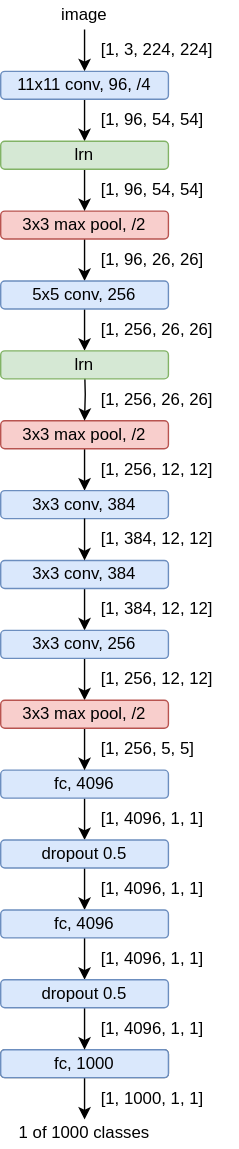
mnchapel/deep_learning_models keeps this draw.io diagram as assets/img/alexnet_detailed.svg. Above is the earlier version. Source tidied: cells renumbered, new cells last; positions are measured from the earlier drawing's top-left corner, leaving out a move shared by most shapes. Its diagram source:
```xml
<mxGraphModel>
  <root>
    <mxCell id="0" />
    <mxCell id="1" parent="0" />
    <mxCell id="2" style="edgeStyle=orthogonalEdgeStyle;rounded=0;jettySize=auto;html=1;" parent="1" edge="1" source="3" target="5">
      <mxGeometry relative="1" as="geometry" />
    </mxCell>
    <mxCell id="3" value="&lt;span style=&quot;background-color: initial;&quot;&gt;image&lt;/span&gt;" style="rounded=1;whiteSpace=wrap;html=1;fillColor=none;strokeColor=none;" parent="1" vertex="1">
      <mxGeometry width="120" height="20" as="geometry" />
    </mxCell>
    <mxCell id="4" style="edgeStyle=orthogonalEdgeStyle;rounded=0;jettySize=auto;html=1;" parent="1" edge="1" source="5" target="42">
      <mxGeometry relative="1" as="geometry" />
    </mxCell>
    <mxCell id="5" value="11x11 conv, 96, /4" style="rounded=1;whiteSpace=wrap;html=1;fillColor=#dae8fc;strokeColor=#6c8ebf;" parent="1" vertex="1">
      <mxGeometry y="50" width="120" height="20" as="geometry" />
    </mxCell>
    <mxCell id="6" value="[1, 3, 224, 224]" style="text;html=1;align=left;verticalAlign=middle;strokeColor=none;fillColor=none;" parent="1" vertex="1">
      <mxGeometry x="70" y="20" width="100" height="30" as="geometry" />
    </mxCell>
    <mxCell id="7" style="edgeStyle=orthogonalEdgeStyle;rounded=0;jettySize=auto;html=1;" parent="1" edge="1" source="8" target="11">
      <mxGeometry relative="1" as="geometry" />
    </mxCell>
    <mxCell id="8" value="3x3 max pool, /2" style="rounded=1;whiteSpace=wrap;html=1;fillColor=#f8cecc;strokeColor=#b85450;" parent="1" vertex="1">
      <mxGeometry y="150" width="120" height="20" as="geometry" />
    </mxCell>
    <mxCell id="9" value="[1, 96, 54, 54]" style="text;html=1;align=left;verticalAlign=middle;strokeColor=none;fillColor=none;" parent="1" vertex="1">
      <mxGeometry x="70" y="70" width="100" height="30" as="geometry" />
    </mxCell>
    <mxCell id="10" style="edgeStyle=orthogonalEdgeStyle;rounded=0;jettySize=auto;html=1;" parent="1" edge="1" source="11" target="45">
      <mxGeometry relative="1" as="geometry" />
    </mxCell>
    <mxCell id="11" value="5x5 conv, 256" style="rounded=1;whiteSpace=wrap;html=1;fillColor=#dae8fc;strokeColor=#6c8ebf;" parent="1" vertex="1">
      <mxGeometry y="200" width="120" height="20" as="geometry" />
    </mxCell>
    <mxCell id="12" value="[1, 96, 26, 26]" style="text;html=1;align=left;verticalAlign=middle;strokeColor=none;fillColor=none;" parent="1" vertex="1">
      <mxGeometry x="70" y="170" width="100" height="30" as="geometry" />
    </mxCell>
    <mxCell id="13" style="edgeStyle=orthogonalEdgeStyle;rounded=0;jettySize=auto;html=1;" parent="1" edge="1" source="14" target="28">
      <mxGeometry relative="1" as="geometry" />
    </mxCell>
    <mxCell id="14" value="3x3 max pool, /2" style="rounded=1;whiteSpace=wrap;html=1;fillColor=#f8cecc;strokeColor=#b85450;" parent="1" vertex="1">
      <mxGeometry y="300" width="120" height="20" as="geometry" />
    </mxCell>
    <mxCell id="15" value="[1, 256, 26, 26]" style="text;html=1;align=left;verticalAlign=middle;strokeColor=none;fillColor=none;" parent="1" vertex="1">
      <mxGeometry x="70" y="220" width="100" height="30" as="geometry" />
    </mxCell>
    <mxCell id="16" value="[1, 256, 12, 12]" style="text;html=1;align=left;verticalAlign=middle;strokeColor=none;fillColor=none;" parent="1" vertex="1">
      <mxGeometry x="70" y="320" width="100" height="30" as="geometry" />
    </mxCell>
    <mxCell id="17" style="edgeStyle=orthogonalEdgeStyle;rounded=0;jettySize=auto;html=1;" parent="1" edge="1" source="47" target="21">
      <mxGeometry relative="1" as="geometry" />
    </mxCell>
    <mxCell id="18" style="edgeStyle=orthogonalEdgeStyle;rounded=0;jettySize=auto;html=1;" parent="1" edge="1" source="19" target="47">
      <mxGeometry relative="1" as="geometry" />
    </mxCell>
    <mxCell id="19" value="fc, 4096" style="rounded=1;whiteSpace=wrap;html=1;fillColor=#dae8fc;strokeColor=#6c8ebf;" parent="1" vertex="1">
      <mxGeometry y="550" width="120" height="20" as="geometry" />
    </mxCell>
    <mxCell id="20" style="edgeStyle=orthogonalEdgeStyle;rounded=0;jettySize=auto;html=1;" parent="1" edge="1" source="21" target="50">
      <mxGeometry relative="1" as="geometry" />
    </mxCell>
    <mxCell id="21" value="fc, 4096" style="rounded=1;whiteSpace=wrap;html=1;fillColor=#dae8fc;strokeColor=#6c8ebf;" parent="1" vertex="1">
      <mxGeometry y="650" width="120" height="20" as="geometry" />
    </mxCell>
    <mxCell id="22" style="edgeStyle=orthogonalEdgeStyle;rounded=0;jettySize=auto;html=1;" parent="1" edge="1" source="23" target="27">
      <mxGeometry relative="1" as="geometry" />
    </mxCell>
    <mxCell id="23" value="fc" style="rounded=1;whiteSpace=wrap;html=1;fillColor=#f5f5f5;strokeColor=#666666;fontColor=#333333;" parent="1" vertex="1">
      <mxGeometry y="750" width="120" height="20" as="geometry" />
    </mxCell>
    <mxCell id="24" value="[1, 4096, 1, 1]" style="text;html=1;align=left;verticalAlign=middle;strokeColor=none;fillColor=none;" parent="1" vertex="1">
      <mxGeometry x="70" y="570" width="100" height="30" as="geometry" />
    </mxCell>
    <mxCell id="25" value="[1, 4096, 1, 1]" style="text;html=1;align=left;verticalAlign=middle;strokeColor=none;fillColor=none;" parent="1" vertex="1">
      <mxGeometry x="70" y="720" width="100" height="30" as="geometry" />
    </mxCell>
    <mxCell id="26" value="[1, 1000, 1, 1]" style="text;html=1;align=left;verticalAlign=middle;strokeColor=none;fillColor=none;" parent="1" vertex="1">
      <mxGeometry x="70" y="770" width="100" height="30" as="geometry" />
    </mxCell>
    <mxCell id="27" value="1 of 1000 classes" style="rounded=1;whiteSpace=wrap;html=1;fillColor=none;strokeColor=none;" parent="1" vertex="1">
      <mxGeometry y="800" width="120" height="20" as="geometry" />
    </mxCell>
    <mxCell id="28" value="3x3 conv, 384" style="rounded=1;whiteSpace=wrap;html=1;fillColor=#dae8fc;strokeColor=#6c8ebf;" parent="1" vertex="1">
      <mxGeometry y="350" width="120" height="20" as="geometry" />
    </mxCell>
    <mxCell id="29" value="[1, 384, 12, 12]" style="text;html=1;align=left;verticalAlign=middle;strokeColor=none;fillColor=none;" parent="1" vertex="1">
      <mxGeometry x="70" y="370" width="100" height="30" as="geometry" />
    </mxCell>
    <mxCell id="30" style="edgeStyle=orthogonalEdgeStyle;rounded=0;jettySize=auto;html=1;" parent="1" edge="1" source="31" target="34">
      <mxGeometry relative="1" as="geometry" />
    </mxCell>
    <mxCell id="31" value="3x3 conv, 384" style="rounded=1;whiteSpace=wrap;html=1;fillColor=#dae8fc;strokeColor=#6c8ebf;" parent="1" vertex="1">
      <mxGeometry y="400" width="120" height="20" as="geometry" />
    </mxCell>
    <mxCell id="32" value="[1, 384, 12, 12]" style="text;html=1;align=left;verticalAlign=middle;strokeColor=none;fillColor=none;" parent="1" vertex="1">
      <mxGeometry x="70" y="420" width="100" height="30" as="geometry" />
    </mxCell>
    <mxCell id="33" style="edgeStyle=orthogonalEdgeStyle;rounded=0;jettySize=auto;html=1;" parent="1" edge="1" source="34" target="38">
      <mxGeometry relative="1" as="geometry" />
    </mxCell>
    <mxCell id="34" value="3x3 conv, 256" style="rounded=1;whiteSpace=wrap;html=1;fillColor=#dae8fc;strokeColor=#6c8ebf;" parent="1" vertex="1">
      <mxGeometry y="450" width="120" height="20" as="geometry" />
    </mxCell>
    <mxCell id="35" style="edgeStyle=orthogonalEdgeStyle;rounded=0;jettySize=auto;html=1;" parent="1" edge="1" source="28" target="31">
      <mxGeometry relative="1" as="geometry" />
    </mxCell>
    <mxCell id="36" value="[1, 256, 12, 12]" style="text;html=1;align=left;verticalAlign=middle;strokeColor=none;fillColor=none;" parent="1" vertex="1">
      <mxGeometry x="70" y="470" width="100" height="30" as="geometry" />
    </mxCell>
    <mxCell id="37" style="edgeStyle=orthogonalEdgeStyle;rounded=0;jettySize=auto;html=1;" parent="1" edge="1" source="38" target="19">
      <mxGeometry relative="1" as="geometry" />
    </mxCell>
    <mxCell id="38" value="3x3 max pool, /2" style="rounded=1;whiteSpace=wrap;html=1;fillColor=#f8cecc;strokeColor=#b85450;" parent="1" vertex="1">
      <mxGeometry y="500" width="120" height="20" as="geometry" />
    </mxCell>
    <mxCell id="39" value="[1, 256, 5, 5]" style="text;html=1;align=left;verticalAlign=middle;strokeColor=none;fillColor=none;" parent="1" vertex="1">
      <mxGeometry x="70" y="520" width="90" height="30" as="geometry" />
    </mxCell>
    <mxCell id="40" value="fc, 1000" style="rounded=1;whiteSpace=wrap;html=1;fillColor=#dae8fc;strokeColor=#6c8ebf;" parent="1" vertex="1">
      <mxGeometry y="750" width="120" height="20" as="geometry" />
    </mxCell>
    <mxCell id="41" style="edgeStyle=orthogonalEdgeStyle;rounded=0;jettySize=auto;html=1;" parent="1" edge="1" source="42" target="8">
      <mxGeometry relative="1" as="geometry" />
    </mxCell>
    <mxCell id="42" value="lrn" style="rounded=1;whiteSpace=wrap;html=1;fillColor=#d5e8d4;strokeColor=#82b366;" parent="1" vertex="1">
      <mxGeometry y="100" width="120" height="20" as="geometry" />
    </mxCell>
    <mxCell id="43" value="[1, 96, 54, 54]" style="text;html=1;align=left;verticalAlign=middle;strokeColor=none;fillColor=none;" parent="1" vertex="1">
      <mxGeometry x="70" y="120" width="100" height="30" as="geometry" />
    </mxCell>
    <mxCell id="44" style="edgeStyle=orthogonalEdgeStyle;rounded=0;jettySize=auto;html=1;" parent="1" edge="1" target="14">
      <mxGeometry relative="1" as="geometry">
        <mxPoint x="60" y="260" as="sourcePoint" />
      </mxGeometry>
    </mxCell>
    <mxCell id="45" value="lrn" style="rounded=1;whiteSpace=wrap;html=1;fillColor=#d5e8d4;strokeColor=#82b366;" parent="1" vertex="1">
      <mxGeometry y="250" width="120" height="20" as="geometry" />
    </mxCell>
    <mxCell id="46" value="[1, 256, 26, 26]" style="text;html=1;align=left;verticalAlign=middle;strokeColor=none;fillColor=none;" parent="1" vertex="1">
      <mxGeometry x="70" y="270" width="100" height="30" as="geometry" />
    </mxCell>
    <mxCell id="47" value="dropout 0.5" style="rounded=1;whiteSpace=wrap;html=1;fillColor=#dae8fc;strokeColor=#6c8ebf;" parent="1" vertex="1">
      <mxGeometry y="600" width="120" height="20" as="geometry" />
    </mxCell>
    <mxCell id="48" value="[1, 4096, 1, 1]" style="text;html=1;align=left;verticalAlign=middle;strokeColor=none;fillColor=none;" parent="1" vertex="1">
      <mxGeometry x="70" y="620" width="100" height="30" as="geometry" />
    </mxCell>
    <mxCell id="49" style="edgeStyle=orthogonalEdgeStyle;rounded=0;jettySize=auto;html=1;" parent="1" edge="1" source="50" target="40">
      <mxGeometry relative="1" as="geometry" />
    </mxCell>
    <mxCell id="50" value="dropout 0.5" style="rounded=1;whiteSpace=wrap;html=1;fillColor=#dae8fc;strokeColor=#6c8ebf;" parent="1" vertex="1">
      <mxGeometry y="700" width="120" height="20" as="geometry" />
    </mxCell>
    <mxCell id="51" value="[1, 4096, 1, 1]" style="text;html=1;align=left;verticalAlign=middle;strokeColor=none;fillColor=none;" parent="1" vertex="1">
      <mxGeometry x="70" y="670" width="100" height="30" as="geometry" />
    </mxCell>
  </root>
</mxGraphModel>
```
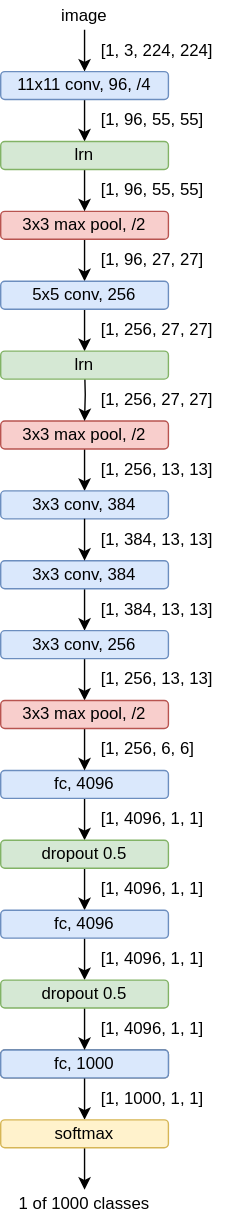
The same diagram one commit later.

Commit message:
Update AlexNet model

Diff of the diagram source:
```diff
@@ -23,48 +23,48 @@
     <mxCell id="8" value="3x3 max pool, /2" style="rounded=1;whiteSpace=wrap;html=1;fillColor=#f8cecc;strokeColor=#b85450;" parent="1" vertex="1">
       <mxGeometry y="150" width="120" height="20" as="geometry" />
     </mxCell>
-    <mxCell id="9" value="[1, 96, 54, 54]" style="text;html=1;align=left;verticalAlign=middle;strokeColor=none;fillColor=none;" parent="1" vertex="1">
-      <mxGeometry x="70" y="70" width="100" height="30" as="geometry" />
-    </mxCell>
+    <mxCell id="52" value="[1, 96, 55, 55]" style="text;html=1;align=left;verticalAlign=middle;strokeColor=none;fillColor=none;" parent="1" vertex="1">
+      <mxGeometry x="70" y="70" width="100" height="30" as="geometry" />
+    </mxCell>
     <mxCell id="10" style="edgeStyle=orthogonalEdgeStyle;rounded=0;jettySize=auto;html=1;" parent="1" edge="1" source="11" target="45">
       <mxGeometry relative="1" as="geometry" />
     </mxCell>
     <mxCell id="11" value="5x5 conv, 256" style="rounded=1;whiteSpace=wrap;html=1;fillColor=#dae8fc;strokeColor=#6c8ebf;" parent="1" vertex="1">
       <mxGeometry y="200" width="120" height="20" as="geometry" />
     </mxCell>
-    <mxCell id="12" value="[1, 96, 26, 26]" style="text;html=1;align=left;verticalAlign=middle;strokeColor=none;fillColor=none;" parent="1" vertex="1">
-      <mxGeometry x="70" y="170" width="100" height="30" as="geometry" />
-    </mxCell>
+    <mxCell id="53" value="[1, 96, 27, 27]" style="text;html=1;align=left;verticalAlign=middle;strokeColor=none;fillColor=none;" parent="1" vertex="1">
+      <mxGeometry x="70" y="170" width="100" height="30" as="geometry" />
+    </mxCell>
     <mxCell id="13" style="edgeStyle=orthogonalEdgeStyle;rounded=0;jettySize=auto;html=1;" parent="1" edge="1" source="14" target="28">
       <mxGeometry relative="1" as="geometry" />
     </mxCell>
     <mxCell id="14" value="3x3 max pool, /2" style="rounded=1;whiteSpace=wrap;html=1;fillColor=#f8cecc;strokeColor=#b85450;" parent="1" vertex="1">
       <mxGeometry y="300" width="120" height="20" as="geometry" />
     </mxCell>
-    <mxCell id="15" value="[1, 256, 26, 26]" style="text;html=1;align=left;verticalAlign=middle;strokeColor=none;fillColor=none;" parent="1" vertex="1">
-      <mxGeometry x="70" y="220" width="100" height="30" as="geometry" />
-    </mxCell>
-    <mxCell id="16" value="[1, 256, 12, 12]" style="text;html=1;align=left;verticalAlign=middle;strokeColor=none;fillColor=none;" parent="1" vertex="1">
-      <mxGeometry x="70" y="320" width="100" height="30" as="geometry" />
-    </mxCell>
-    <mxCell id="17" style="edgeStyle=orthogonalEdgeStyle;rounded=0;jettySize=auto;html=1;" parent="1" edge="1" source="47" target="21">
-      <mxGeometry relative="1" as="geometry" />
-    </mxCell>
-    <mxCell id="18" style="edgeStyle=orthogonalEdgeStyle;rounded=0;jettySize=auto;html=1;" parent="1" edge="1" source="19" target="47">
-      <mxGeometry relative="1" as="geometry" />
-    </mxCell>
+    <mxCell id="54" value="[1, 256, 27, 27]" style="text;html=1;align=left;verticalAlign=middle;strokeColor=none;fillColor=none;" parent="1" vertex="1">
+      <mxGeometry x="70" y="220" width="100" height="30" as="geometry" />
+    </mxCell>
+    <mxCell id="55" value="[1, 256, 13, 13]" style="text;html=1;align=left;verticalAlign=middle;strokeColor=none;fillColor=none;" parent="1" vertex="1">
+      <mxGeometry x="70" y="320" width="100" height="30" as="geometry" />
+    </mxCell>
+    <mxCell id="56" style="edgeStyle=orthogonalEdgeStyle;rounded=0;jettySize=auto;html=1;" parent="1" edge="1" source="68" target="21">
+      <mxGeometry relative="1" as="geometry" />
+    </mxCell>
+    <mxCell id="57" style="edgeStyle=orthogonalEdgeStyle;rounded=0;jettySize=auto;html=1;" parent="1" edge="1" source="19" target="68">
+      <mxGeometry relative="1" as="geometry" />
+    </mxCell>
     <mxCell id="19" value="fc, 4096" style="rounded=1;whiteSpace=wrap;html=1;fillColor=#dae8fc;strokeColor=#6c8ebf;" parent="1" vertex="1">
       <mxGeometry y="550" width="120" height="20" as="geometry" />
     </mxCell>
-    <mxCell id="20" style="edgeStyle=orthogonalEdgeStyle;rounded=0;jettySize=auto;html=1;" parent="1" edge="1" source="21" target="50">
-      <mxGeometry relative="1" as="geometry" />
-    </mxCell>
+    <mxCell id="58" style="edgeStyle=orthogonalEdgeStyle;rounded=0;jettySize=auto;html=1;" parent="1" edge="1" source="21" target="70">
+      <mxGeometry relative="1" as="geometry" />
+    </mxCell>
     <mxCell id="21" value="fc, 4096" style="rounded=1;whiteSpace=wrap;html=1;fillColor=#dae8fc;strokeColor=#6c8ebf;" parent="1" vertex="1">
       <mxGeometry y="650" width="120" height="20" as="geometry" />
     </mxCell>
-    <mxCell id="22" style="edgeStyle=orthogonalEdgeStyle;rounded=0;jettySize=auto;html=1;" parent="1" edge="1" source="23" target="27">
-      <mxGeometry relative="1" as="geometry" />
-    </mxCell>
+    <mxCell id="59" style="edgeStyle=orthogonalEdgeStyle;rounded=0;jettySize=auto;html=1;" parent="1" edge="1" source="71" target="27">
+      <mxGeometry relative="1" as="geometry" />
+    </mxCell>
     <mxCell id="23" value="fc" style="rounded=1;whiteSpace=wrap;html=1;fillColor=#f5f5f5;strokeColor=#666666;fontColor=#333333;" parent="1" vertex="1">
       <mxGeometry y="750" width="120" height="20" as="geometry" />
     </mxCell>
@@ -78,23 +78,23 @@
       <mxGeometry x="70" y="770" width="100" height="30" as="geometry" />
     </mxCell>
     <mxCell id="27" value="1 of 1000 classes" style="rounded=1;whiteSpace=wrap;html=1;fillColor=none;strokeColor=none;" parent="1" vertex="1">
-      <mxGeometry y="800" width="120" height="20" as="geometry" />
+      <mxGeometry y="850" width="120" height="20" as="geometry" />
     </mxCell>
     <mxCell id="28" value="3x3 conv, 384" style="rounded=1;whiteSpace=wrap;html=1;fillColor=#dae8fc;strokeColor=#6c8ebf;" parent="1" vertex="1">
       <mxGeometry y="350" width="120" height="20" as="geometry" />
     </mxCell>
-    <mxCell id="29" value="[1, 384, 12, 12]" style="text;html=1;align=left;verticalAlign=middle;strokeColor=none;fillColor=none;" parent="1" vertex="1">
-      <mxGeometry x="70" y="370" width="100" height="30" as="geometry" />
-    </mxCell>
+    <mxCell id="60" value="[1, 384, 13, 13]" style="text;html=1;align=left;verticalAlign=middle;strokeColor=none;fillColor=none;" parent="1" vertex="1">
+      <mxGeometry x="70" y="370" width="100" height="30" as="geometry" />
+    </mxCell>
     <mxCell id="30" style="edgeStyle=orthogonalEdgeStyle;rounded=0;jettySize=auto;html=1;" parent="1" edge="1" source="31" target="34">
       <mxGeometry relative="1" as="geometry" />
     </mxCell>
     <mxCell id="31" value="3x3 conv, 384" style="rounded=1;whiteSpace=wrap;html=1;fillColor=#dae8fc;strokeColor=#6c8ebf;" parent="1" vertex="1">
       <mxGeometry y="400" width="120" height="20" as="geometry" />
     </mxCell>
-    <mxCell id="32" value="[1, 384, 12, 12]" style="text;html=1;align=left;verticalAlign=middle;strokeColor=none;fillColor=none;" parent="1" vertex="1">
-      <mxGeometry x="70" y="420" width="100" height="30" as="geometry" />
-    </mxCell>
+    <mxCell id="61" value="[1, 384, 13, 13]" style="text;html=1;align=left;verticalAlign=middle;strokeColor=none;fillColor=none;" parent="1" vertex="1">
+      <mxGeometry x="70" y="420" width="100" height="30" as="geometry" />
+    </mxCell>
     <mxCell id="33" style="edgeStyle=orthogonalEdgeStyle;rounded=0;jettySize=auto;html=1;" parent="1" edge="1" source="34" target="38">
       <mxGeometry relative="1" as="geometry" />
     </mxCell>
@@ -104,18 +104,21 @@
     <mxCell id="35" style="edgeStyle=orthogonalEdgeStyle;rounded=0;jettySize=auto;html=1;" parent="1" edge="1" source="28" target="31">
       <mxGeometry relative="1" as="geometry" />
     </mxCell>
-    <mxCell id="36" value="[1, 256, 12, 12]" style="text;html=1;align=left;verticalAlign=middle;strokeColor=none;fillColor=none;" parent="1" vertex="1">
-      <mxGeometry x="70" y="470" width="100" height="30" as="geometry" />
-    </mxCell>
+    <mxCell id="62" value="[1, 256, 13, 13]" style="text;html=1;align=left;verticalAlign=middle;strokeColor=none;fillColor=none;" parent="1" vertex="1">
+      <mxGeometry x="70" y="470" width="100" height="30" as="geometry" />
+    </mxCell>
     <mxCell id="37" style="edgeStyle=orthogonalEdgeStyle;rounded=0;jettySize=auto;html=1;" parent="1" edge="1" source="38" target="19">
       <mxGeometry relative="1" as="geometry" />
     </mxCell>
     <mxCell id="38" value="3x3 max pool, /2" style="rounded=1;whiteSpace=wrap;html=1;fillColor=#f8cecc;strokeColor=#b85450;" parent="1" vertex="1">
       <mxGeometry y="500" width="120" height="20" as="geometry" />
     </mxCell>
-    <mxCell id="39" value="[1, 256, 5, 5]" style="text;html=1;align=left;verticalAlign=middle;strokeColor=none;fillColor=none;" parent="1" vertex="1">
-      <mxGeometry x="70" y="520" width="90" height="30" as="geometry" />
-    </mxCell>
+    <mxCell id="63" value="[1, 256, 6, 6]" style="text;html=1;align=left;verticalAlign=middle;strokeColor=none;fillColor=none;" parent="1" vertex="1">
+      <mxGeometry x="70" y="520" width="90" height="30" as="geometry" />
+    </mxCell>
+    <mxCell id="64" style="edgeStyle=orthogonalEdgeStyle;rounded=0;jettySize=auto;html=1;" parent="1" edge="1" source="40" target="71">
+      <mxGeometry relative="1" as="geometry" />
+    </mxCell>
     <mxCell id="40" value="fc, 1000" style="rounded=1;whiteSpace=wrap;html=1;fillColor=#dae8fc;strokeColor=#6c8ebf;" parent="1" vertex="1">
       <mxGeometry y="750" width="120" height="20" as="geometry" />
     </mxCell>
@@ -125,34 +128,37 @@
     <mxCell id="42" value="lrn" style="rounded=1;whiteSpace=wrap;html=1;fillColor=#d5e8d4;strokeColor=#82b366;" parent="1" vertex="1">
       <mxGeometry y="100" width="120" height="20" as="geometry" />
     </mxCell>
-    <mxCell id="43" value="[1, 96, 54, 54]" style="text;html=1;align=left;verticalAlign=middle;strokeColor=none;fillColor=none;" parent="1" vertex="1">
-      <mxGeometry x="70" y="120" width="100" height="30" as="geometry" />
-    </mxCell>
-    <mxCell id="44" style="edgeStyle=orthogonalEdgeStyle;rounded=0;jettySize=auto;html=1;" parent="1" edge="1" target="14">
-      <mxGeometry relative="1" as="geometry">
-        <mxPoint x="60" y="260" as="sourcePoint" />
-      </mxGeometry>
-    </mxCell>
+    <mxCell id="65" value="[1, 96, 55, 55]" style="text;html=1;align=left;verticalAlign=middle;strokeColor=none;fillColor=none;" parent="1" vertex="1">
+      <mxGeometry x="70" y="120" width="100" height="30" as="geometry" />
+    </mxCell>
+    <mxCell id="66" style="edgeStyle=orthogonalEdgeStyle;rounded=0;jettySize=auto;html=1;" parent="1" edge="1" target="14">
+      <mxGeometry relative="1" as="geometry">
+        <mxPoint x="60" y="260" as="sourcePoint" />
+      </mxGeometry>
+    </mxCell>
     <mxCell id="45" value="lrn" style="rounded=1;whiteSpace=wrap;html=1;fillColor=#d5e8d4;strokeColor=#82b366;" parent="1" vertex="1">
       <mxGeometry y="250" width="120" height="20" as="geometry" />
     </mxCell>
-    <mxCell id="46" value="[1, 256, 26, 26]" style="text;html=1;align=left;verticalAlign=middle;strokeColor=none;fillColor=none;" parent="1" vertex="1">
-      <mxGeometry x="70" y="270" width="100" height="30" as="geometry" />
-    </mxCell>
-    <mxCell id="47" value="dropout 0.5" style="rounded=1;whiteSpace=wrap;html=1;fillColor=#dae8fc;strokeColor=#6c8ebf;" parent="1" vertex="1">
-      <mxGeometry y="600" width="120" height="20" as="geometry" />
-    </mxCell>
+    <mxCell id="67" value="[1, 256, 27, 27]" style="text;html=1;align=left;verticalAlign=middle;strokeColor=none;fillColor=none;" parent="1" vertex="1">
+      <mxGeometry x="70" y="270" width="100" height="30" as="geometry" />
+    </mxCell>
+    <mxCell id="68" value="dropout 0.5" style="rounded=1;whiteSpace=wrap;html=1;fillColor=#d5e8d4;strokeColor=#82b366;" parent="1" vertex="1">
+      <mxGeometry y="600" width="120" height="20" as="geometry" />
+    </mxCell>
     <mxCell id="48" value="[1, 4096, 1, 1]" style="text;html=1;align=left;verticalAlign=middle;strokeColor=none;fillColor=none;" parent="1" vertex="1">
       <mxGeometry x="70" y="620" width="100" height="30" as="geometry" />
     </mxCell>
-    <mxCell id="49" style="edgeStyle=orthogonalEdgeStyle;rounded=0;jettySize=auto;html=1;" parent="1" edge="1" source="50" target="40">
-      <mxGeometry relative="1" as="geometry" />
-    </mxCell>
-    <mxCell id="50" value="dropout 0.5" style="rounded=1;whiteSpace=wrap;html=1;fillColor=#dae8fc;strokeColor=#6c8ebf;" parent="1" vertex="1">
-      <mxGeometry y="700" width="120" height="20" as="geometry" />
-    </mxCell>
+    <mxCell id="69" style="edgeStyle=orthogonalEdgeStyle;rounded=0;jettySize=auto;html=1;" parent="1" edge="1" source="70" target="40">
+      <mxGeometry relative="1" as="geometry" />
+    </mxCell>
+    <mxCell id="70" value="dropout 0.5" style="rounded=1;whiteSpace=wrap;html=1;fillColor=#d5e8d4;strokeColor=#82b366;" parent="1" vertex="1">
+      <mxGeometry y="700" width="120" height="20" as="geometry" />
+    </mxCell>
     <mxCell id="51" value="[1, 4096, 1, 1]" style="text;html=1;align=left;verticalAlign=middle;strokeColor=none;fillColor=none;" parent="1" vertex="1">
       <mxGeometry x="70" y="670" width="100" height="30" as="geometry" />
     </mxCell>
+    <mxCell id="71" value="softmax" style="rounded=1;whiteSpace=wrap;html=1;fillColor=#fff2cc;strokeColor=#d6b656;" parent="1" vertex="1">
+      <mxGeometry y="800" width="120" height="20" as="geometry" />
+    </mxCell>
   </root>
 </mxGraphModel>
```
